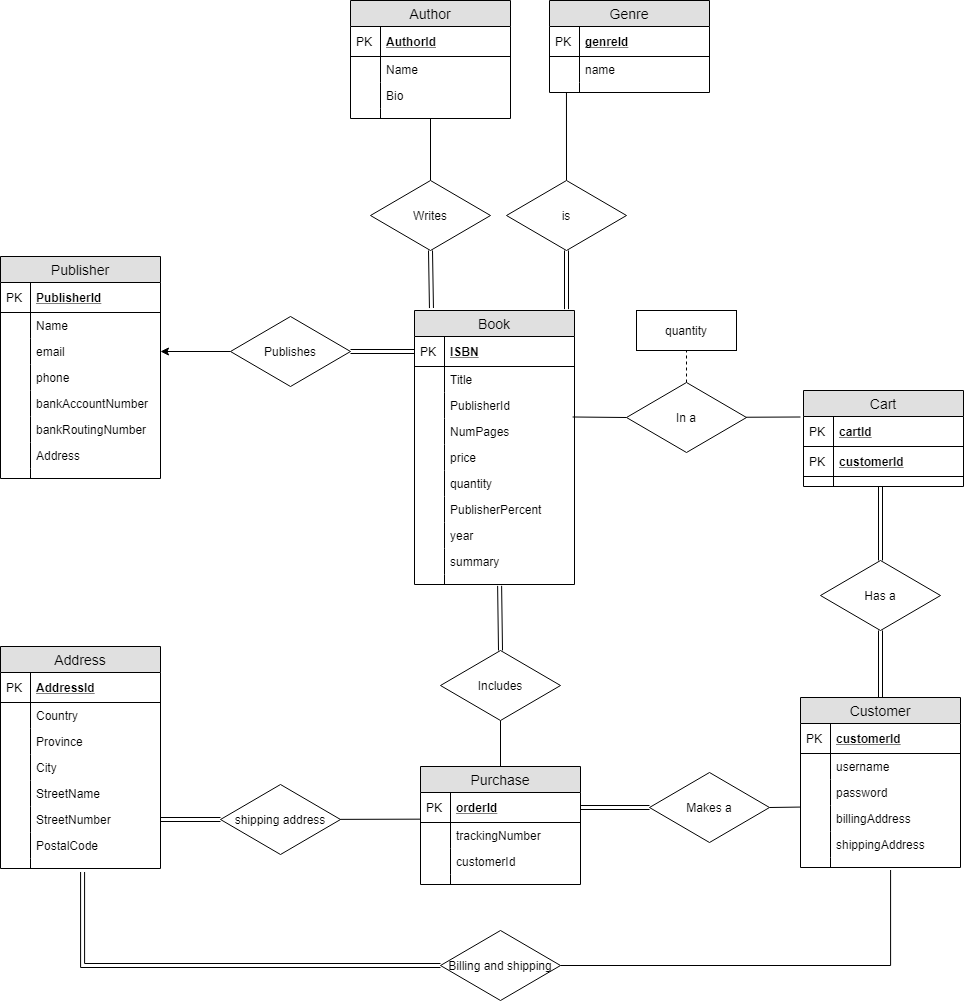
The draw.io diagram Diagrams/ER.png in shaejsp/3005Project, before a commit. Source tidied: cells renumbered, new cells last; positions are measured from the earlier drawing's top-left corner, leaving out a move shared by most shapes.
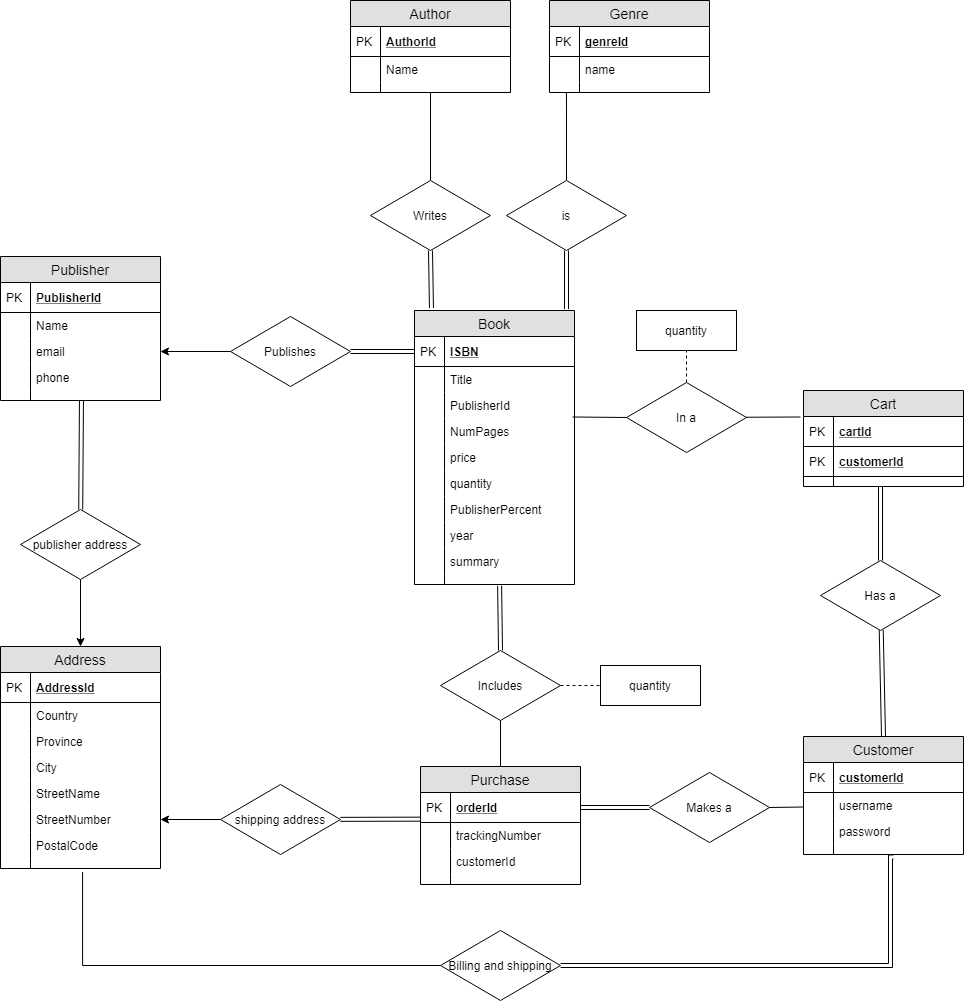
The same file after the commit.

Commit message:
got started on report, changed ER diagram

Diff of the diagram source:
```diff
@@ -36,7 +36,7 @@
       <mxGeometry relative="1" as="geometry" />
     </mxCell>
     <mxCell id="13" value="Author" style="swimlane;fontStyle=0;horizontal=1;startSize=26;fillColor=#e0e0e0;swimlaneFillColor=#ffffff;align=center;fontSize=14;" parent="1" vertex="1">
-      <mxGeometry x="350" width="160" height="118" as="geometry" />
+      <mxGeometry x="350" width="160" height="92" as="geometry" />
     </mxCell>
     <mxCell id="14" value="AuthorId" style="shape=partialRectangle;top=0;left=0;right=0;bottom=1;align=left;verticalAlign=middle;fillColor=none;spacingLeft=34;spacingRight=4;overflow=hidden;fontStyle=5;fontSize=12;" parent="13" vertex="1">
       <mxGeometry y="26" width="160" height="30" as="geometry" />
@@ -50,14 +50,8 @@
     <mxCell id="17" style="shape=partialRectangle;top=0;left=0;bottom=0;fillColor=none;align=left;verticalAlign=top;spacingLeft=4;spacingRight=4;overflow=hidden;fontSize=12;" parent="16" vertex="1">
       <mxGeometry width="30" height="26" as="geometry" />
     </mxCell>
-    <mxCell id="18" value="Bio" style="shape=partialRectangle;top=0;left=0;right=0;bottom=0;align=left;verticalAlign=top;fillColor=none;spacingLeft=34;spacingRight=4;overflow=hidden;fontSize=12;" parent="13" vertex="1">
-      <mxGeometry y="82" width="160" height="26" as="geometry" />
-    </mxCell>
-    <mxCell id="19" style="shape=partialRectangle;top=0;left=0;bottom=0;fillColor=none;align=left;verticalAlign=top;spacingLeft=4;spacingRight=4;overflow=hidden;fontSize=12;" parent="18" vertex="1">
-      <mxGeometry width="30" height="26" as="geometry" />
-    </mxCell>
     <mxCell id="20" style="shape=partialRectangle;top=0;left=0;right=0;bottom=0;align=left;verticalAlign=top;fillColor=none;spacingLeft=34;spacingRight=4;overflow=hidden;fontSize=12;" parent="13" vertex="1">
-      <mxGeometry y="108" width="160" height="10" as="geometry" />
+      <mxGeometry y="82" width="160" height="10" as="geometry" />
     </mxCell>
     <mxCell id="21" style="shape=partialRectangle;top=0;left=0;bottom=0;fillColor=none;align=left;verticalAlign=top;spacingLeft=4;spacingRight=4;overflow=hidden;fontSize=12;" parent="20" vertex="1">
       <mxGeometry width="30" height="10" as="geometry" />
@@ -83,6 +77,9 @@
     <mxCell id="28" style="shape=partialRectangle;top=0;left=0;bottom=0;fillColor=none;align=left;verticalAlign=top;spacingLeft=4;spacingRight=4;overflow=hidden;fontSize=12;" parent="27" vertex="1">
       <mxGeometry width="30" height="10" as="geometry" />
     </mxCell>
+    <mxCell id="131" style="edgeStyle=none;rounded=0;jettySize=auto;html=1;exitX=1;exitY=0.5;exitDx=0;exitDy=0;entryX=0;entryY=0.5;entryDx=0;entryDy=0;startArrow=none;startFill=0;endArrow=none;endFill=0;dashed=1;" parent="1" edge="1" source="29" target="135">
+      <mxGeometry relative="1" as="geometry" />
+    </mxCell>
     <mxCell id="29" value="Includes" style="rhombus;whiteSpace=wrap;html=1;" parent="1" vertex="1">
       <mxGeometry x="440" y="650" width="120" height="70" as="geometry" />
     </mxCell>
@@ -203,29 +200,31 @@
     <mxCell id="68" style="rounded=0;jettySize=auto;html=1;entryX=1;entryY=0.5;entryDx=0;entryDy=0;startArrow=none;startFill=0;endArrow=classic;endFill=1;shape=link;" parent="1" edge="1" source="70" target="108">
       <mxGeometry relative="1" as="geometry" />
     </mxCell>
-    <mxCell id="69" style="edgeStyle=none;rounded=0;jettySize=auto;html=1;exitX=1;exitY=0.5;exitDx=0;exitDy=0;entryX=0.025;entryY=0.058;entryDx=0;entryDy=0;entryPerimeter=0;startArrow=none;startFill=0;endArrow=none;endFill=0;" parent="1" edge="1" source="70" target="101">
-      <mxGeometry relative="1" as="geometry" />
+    <mxCell id="69" style="edgeStyle=none;rounded=0;jettySize=auto;html=1;exitX=1;exitY=0.5;exitDx=0;exitDy=0;entryX=0.025;entryY=0.058;entryDx=0;entryDy=0;entryPerimeter=0;startArrow=none;startFill=0;endArrow=none;endFill=0;" parent="1" edge="1" source="70">
+      <mxGeometry relative="1" as="geometry">
+        <mxPoint x="804" y="806.5" as="targetPoint" />
+      </mxGeometry>
     </mxCell>
     <mxCell id="70" value="Makes a" style="rhombus;whiteSpace=wrap;html=1;" parent="1" vertex="1">
       <mxGeometry x="649" y="772" width="120" height="70" as="geometry" />
     </mxCell>
-    <mxCell id="71" style="rounded=0;jettySize=auto;html=1;entryX=0.004;entryY=0.889;entryDx=0;entryDy=0;entryPerimeter=0;endArrow=none;endFill=0;" parent="1" edge="1" source="73" target="108">
+    <mxCell id="71" style="rounded=0;jettySize=auto;html=1;entryX=0.004;entryY=0.889;entryDx=0;entryDy=0;entryPerimeter=0;endArrow=none;endFill=0;shape=link;" parent="1" edge="1" source="73" target="108">
       <mxGeometry relative="1" as="geometry" />
     </mxCell>
-    <mxCell id="72" style="rounded=0;jettySize=auto;html=1;startArrow=none;startFill=0;endArrow=classic;endFill=1;shape=link;entryX=1;entryY=0.5;entryDx=0;entryDy=0;" parent="1" edge="1" source="73" target="62">
+    <mxCell id="72" style="rounded=0;jettySize=auto;html=1;startArrow=none;startFill=0;endArrow=classic;endFill=1;entryX=1;entryY=0.5;entryDx=0;entryDy=0;" parent="1" edge="1" source="73" target="62">
       <mxGeometry relative="1" as="geometry" />
     </mxCell>
     <mxCell id="73" value="shipping address" style="rhombus;whiteSpace=wrap;html=1;" parent="1" vertex="1">
       <mxGeometry x="220" y="784" width="120" height="70" as="geometry" />
     </mxCell>
-    <mxCell id="74" style="edgeStyle=orthogonalEdgeStyle;rounded=0;jettySize=auto;html=1;entryX=0.563;entryY=1.25;entryDx=0;entryDy=0;entryPerimeter=0;startArrow=none;startFill=0;endArrow=none;endFill=0;" parent="1" edge="1" source="76" target="105">
+    <mxCell id="74" style="edgeStyle=orthogonalEdgeStyle;rounded=0;jettySize=auto;html=1;entryX=0.563;entryY=1.25;entryDx=0;entryDy=0;entryPerimeter=0;startArrow=none;startFill=0;endArrow=none;endFill=0;shape=link;" parent="1" edge="1" source="76" target="105">
       <mxGeometry relative="1" as="geometry">
         <Array as="points">
           <mxPoint x="890" y="965" />
         </Array>
       </mxGeometry>
     </mxCell>
-    <mxCell id="75" style="edgeStyle=orthogonalEdgeStyle;rounded=0;jettySize=auto;html=1;entryX=0.513;entryY=1.35;entryDx=0;entryDy=0;entryPerimeter=0;startArrow=none;startFill=0;endArrow=none;endFill=0;shape=link;" parent="1" edge="1" source="76" target="66">
+    <mxCell id="75" style="edgeStyle=orthogonalEdgeStyle;rounded=0;jettySize=auto;html=1;entryX=0.513;entryY=1.35;entryDx=0;entryDy=0;entryPerimeter=0;startArrow=none;startFill=0;endArrow=none;endFill=0;" parent="1" edge="1" source="76" target="66">
       <mxGeometry relative="1" as="geometry">
         <Array as="points">
           <mxPoint x="82" y="965" />
@@ -236,7 +235,7 @@
       <mxGeometry x="440" y="930" width="120" height="70" as="geometry" />
     </mxCell>
     <mxCell id="77" value="Publisher" style="swimlane;fontStyle=0;horizontal=1;startSize=26;fillColor=#e0e0e0;swimlaneFillColor=#ffffff;align=center;fontSize=14;" parent="1" vertex="1">
-      <mxGeometry y="256" width="160" height="222" as="geometry" />
+      <mxGeometry y="256" width="160" height="144" as="geometry" />
     </mxCell>
     <mxCell id="78" value="PublisherId" style="shape=partialRectangle;top=0;left=0;right=0;bottom=1;align=left;verticalAlign=middle;fillColor=none;spacingLeft=34;spacingRight=4;overflow=hidden;fontStyle=5;fontSize=12;" parent="77" vertex="1">
       <mxGeometry y="26" width="160" height="30" as="geometry" />
@@ -262,69 +261,12 @@
     <mxCell id="85" style="shape=partialRectangle;top=0;left=0;bottom=0;fillColor=none;align=left;verticalAlign=top;spacingLeft=4;spacingRight=4;overflow=hidden;fontSize=12;" parent="84" vertex="1">
       <mxGeometry width="30" height="26" as="geometry" />
     </mxCell>
-    <mxCell id="86" value="bankAccountNumber" style="shape=partialRectangle;top=0;left=0;right=0;bottom=0;align=left;verticalAlign=top;fillColor=none;spacingLeft=34;spacingRight=4;overflow=hidden;fontSize=12;" parent="77" vertex="1">
-      <mxGeometry y="134" width="160" height="26" as="geometry" />
-    </mxCell>
-    <mxCell id="87" style="shape=partialRectangle;top=0;left=0;bottom=0;fillColor=none;align=left;verticalAlign=top;spacingLeft=4;spacingRight=4;overflow=hidden;fontSize=12;" parent="86" vertex="1">
-      <mxGeometry width="30" height="26" as="geometry" />
-    </mxCell>
-    <mxCell id="88" value="bankRoutingNumber" style="shape=partialRectangle;top=0;left=0;right=0;bottom=0;align=left;verticalAlign=top;fillColor=none;spacingLeft=34;spacingRight=4;overflow=hidden;fontSize=12;" parent="77" vertex="1">
-      <mxGeometry y="160" width="160" height="26" as="geometry" />
-    </mxCell>
-    <mxCell id="89" style="shape=partialRectangle;top=0;left=0;bottom=0;fillColor=none;align=left;verticalAlign=top;spacingLeft=4;spacingRight=4;overflow=hidden;fontSize=12;" parent="88" vertex="1">
-      <mxGeometry width="30" height="26" as="geometry" />
-    </mxCell>
-    <mxCell id="90" value="Address" style="shape=partialRectangle;top=0;left=0;right=0;bottom=0;align=left;verticalAlign=top;fillColor=none;spacingLeft=34;spacingRight=4;overflow=hidden;fontSize=12;" parent="77" vertex="1">
-      <mxGeometry y="186" width="160" height="26" as="geometry" />
-    </mxCell>
-    <mxCell id="91" style="shape=partialRectangle;top=0;left=0;bottom=0;fillColor=none;align=left;verticalAlign=top;spacingLeft=4;spacingRight=4;overflow=hidden;fontSize=12;" parent="90" vertex="1">
-      <mxGeometry width="30" height="26" as="geometry" />
-    </mxCell>
     <mxCell id="92" style="shape=partialRectangle;top=0;left=0;right=0;bottom=0;align=left;verticalAlign=top;fillColor=none;spacingLeft=34;spacingRight=4;overflow=hidden;points=[[0,0.5],[1,0.5]];portConstraint=eastwest;fontSize=12;" parent="77" vertex="1">
-      <mxGeometry y="212" width="160" height="10" as="geometry" />
+      <mxGeometry y="134" width="160" height="10" as="geometry" />
     </mxCell>
     <mxCell id="93" style="shape=partialRectangle;top=0;left=0;bottom=0;fillColor=none;align=left;verticalAlign=top;spacingLeft=4;spacingRight=4;overflow=hidden;fontSize=12;" parent="92" vertex="1">
       <mxGeometry width="30" height="10" as="geometry" />
     </mxCell>
-    <mxCell id="94" value="Customer" style="swimlane;fontStyle=0;horizontal=1;startSize=26;fillColor=#e0e0e0;swimlaneFillColor=#ffffff;align=center;fontSize=14;" parent="1" vertex="1">
-      <mxGeometry x="800" y="697" width="160" height="170" as="geometry" />
-    </mxCell>
-    <mxCell id="95" value="customerId" style="shape=partialRectangle;top=0;left=0;right=0;bottom=1;align=left;verticalAlign=middle;fillColor=none;spacingLeft=34;spacingRight=4;overflow=hidden;fontStyle=5;fontSize=12;" parent="94" vertex="1">
-      <mxGeometry y="26" width="160" height="30" as="geometry" />
-    </mxCell>
-    <mxCell id="96" value="PK" style="shape=partialRectangle;top=0;left=0;bottom=0;fillColor=none;align=left;verticalAlign=middle;spacingLeft=4;spacingRight=4;overflow=hidden;fontSize=12;" parent="95" vertex="1">
-      <mxGeometry width="30" height="30" as="geometry" />
-    </mxCell>
-    <mxCell id="97" value="username" style="shape=partialRectangle;top=0;left=0;right=0;bottom=0;align=left;verticalAlign=top;fillColor=none;spacingLeft=34;spacingRight=4;overflow=hidden;fontSize=12;" parent="94" vertex="1">
-      <mxGeometry y="56" width="160" height="26" as="geometry" />
-    </mxCell>
-    <mxCell id="98" style="shape=partialRectangle;top=0;left=0;bottom=0;fillColor=none;align=left;verticalAlign=top;spacingLeft=4;spacingRight=4;overflow=hidden;fontSize=12;" parent="97" vertex="1">
-      <mxGeometry width="30" height="26" as="geometry" />
-    </mxCell>
-    <mxCell id="99" value="password" style="shape=partialRectangle;top=0;left=0;right=0;bottom=0;align=left;verticalAlign=top;fillColor=none;spacingLeft=34;spacingRight=4;overflow=hidden;fontSize=12;" parent="94" vertex="1">
-      <mxGeometry y="82" width="160" height="26" as="geometry" />
-    </mxCell>
-    <mxCell id="100" style="shape=partialRectangle;top=0;left=0;bottom=0;fillColor=none;align=left;verticalAlign=top;spacingLeft=4;spacingRight=4;overflow=hidden;fontSize=12;" parent="99" vertex="1">
-      <mxGeometry width="30" height="26" as="geometry" />
-    </mxCell>
-    <mxCell id="101" value="billingAddress" style="shape=partialRectangle;top=0;left=0;right=0;bottom=0;align=left;verticalAlign=top;fillColor=none;spacingLeft=34;spacingRight=4;overflow=hidden;points=[[0,0.5],[1,0.5]];portConstraint=eastwest;fontSize=12;" parent="94" vertex="1">
-      <mxGeometry y="108" width="160" height="26" as="geometry" />
-    </mxCell>
-    <mxCell id="102" style="shape=partialRectangle;top=0;left=0;bottom=0;fillColor=none;align=left;verticalAlign=top;spacingLeft=4;spacingRight=4;overflow=hidden;fontSize=12;" parent="101" vertex="1">
-      <mxGeometry width="30" height="26" as="geometry" />
-    </mxCell>
-    <mxCell id="103" value="shippingAddress" style="shape=partialRectangle;top=0;left=0;right=0;bottom=0;align=left;verticalAlign=top;fillColor=none;spacingLeft=34;spacingRight=4;overflow=hidden;fontSize=12;" parent="94" vertex="1">
-      <mxGeometry y="134" width="160" height="26" as="geometry" />
-    </mxCell>
-    <mxCell id="104" style="shape=partialRectangle;top=0;left=0;bottom=0;fillColor=none;align=left;verticalAlign=top;spacingLeft=4;spacingRight=4;overflow=hidden;fontSize=12;" parent="103" vertex="1">
-      <mxGeometry width="30" height="26" as="geometry" />
-    </mxCell>
-    <mxCell id="105" style="shape=partialRectangle;top=0;left=0;right=0;bottom=0;align=left;verticalAlign=top;fillColor=none;spacingLeft=34;spacingRight=4;overflow=hidden;points=[[0,0.5],[1,0.5]];portConstraint=eastwest;fontSize=12;" parent="94" vertex="1">
-      <mxGeometry y="160" width="160" height="10" as="geometry" />
-    </mxCell>
-    <mxCell id="106" style="shape=partialRectangle;top=0;left=0;bottom=0;fillColor=none;align=left;verticalAlign=top;spacingLeft=4;spacingRight=4;overflow=hidden;fontSize=12;" parent="105" vertex="1">
-      <mxGeometry width="30" height="10" as="geometry" />
-    </mxCell>
     <mxCell id="107" value="Purchase" style="swimlane;fontStyle=0;horizontal=1;startSize=26;fillColor=#e0e0e0;swimlaneFillColor=#ffffff;align=center;fontSize=14;" parent="1" vertex="1">
       <mxGeometry x="420" y="766" width="160" height="118" as="geometry" />
     </mxCell>
@@ -401,5 +343,44 @@
     <mxCell id="130" value="quantity" style="whiteSpace=wrap;html=1;align=center;" parent="1" vertex="1">
       <mxGeometry x="636" y="310" width="100" height="40" as="geometry" />
     </mxCell>
+    <mxCell id="132" style="edgeStyle=none;rounded=0;jettySize=auto;html=1;entryX=0.506;entryY=1.05;entryDx=0;entryDy=0;entryPerimeter=0;startArrow=none;startFill=0;endArrow=none;endFill=0;shape=link;" parent="1" edge="1" source="134" target="92">
+      <mxGeometry relative="1" as="geometry" />
+    </mxCell>
+    <mxCell id="133" style="edgeStyle=none;rounded=0;jettySize=auto;html=1;entryX=0.5;entryY=0;entryDx=0;entryDy=0;startArrow=none;startFill=0;endArrow=classic;endFill=1;" parent="1" edge="1" source="134" target="51">
+      <mxGeometry relative="1" as="geometry" />
+    </mxCell>
+    <mxCell id="134" value="publisher address" style="rhombus;whiteSpace=wrap;html=1;" parent="1" vertex="1">
+      <mxGeometry x="20" y="509" width="120" height="70" as="geometry" />
+    </mxCell>
+    <mxCell id="94" value="Customer" style="swimlane;fontStyle=0;horizontal=1;startSize=26;fillColor=#e0e0e0;swimlaneFillColor=#ffffff;align=center;fontSize=14;" parent="1" vertex="1">
+      <mxGeometry x="803" y="736" width="160" height="118" as="geometry" />
+    </mxCell>
+    <mxCell id="95" value="customerId" style="shape=partialRectangle;top=0;left=0;right=0;bottom=1;align=left;verticalAlign=middle;fillColor=none;spacingLeft=34;spacingRight=4;overflow=hidden;fontStyle=5;fontSize=12;" parent="94" vertex="1">
+      <mxGeometry y="26" width="160" height="30" as="geometry" />
+    </mxCell>
+    <mxCell id="96" value="PK" style="shape=partialRectangle;top=0;left=0;bottom=0;fillColor=none;align=left;verticalAlign=middle;spacingLeft=4;spacingRight=4;overflow=hidden;fontSize=12;" parent="95" vertex="1">
+      <mxGeometry width="30" height="30" as="geometry" />
+    </mxCell>
+    <mxCell id="97" value="username" style="shape=partialRectangle;top=0;left=0;right=0;bottom=0;align=left;verticalAlign=top;fillColor=none;spacingLeft=34;spacingRight=4;overflow=hidden;fontSize=12;" parent="94" vertex="1">
+      <mxGeometry y="56" width="160" height="26" as="geometry" />
+    </mxCell>
+    <mxCell id="98" style="shape=partialRectangle;top=0;left=0;bottom=0;fillColor=none;align=left;verticalAlign=top;spacingLeft=4;spacingRight=4;overflow=hidden;fontSize=12;" parent="97" vertex="1">
+      <mxGeometry width="30" height="26" as="geometry" />
+    </mxCell>
+    <mxCell id="99" value="password" style="shape=partialRectangle;top=0;left=0;right=0;bottom=0;align=left;verticalAlign=top;fillColor=none;spacingLeft=34;spacingRight=4;overflow=hidden;fontSize=12;" parent="94" vertex="1">
+      <mxGeometry y="82" width="160" height="26" as="geometry" />
+    </mxCell>
+    <mxCell id="100" style="shape=partialRectangle;top=0;left=0;bottom=0;fillColor=none;align=left;verticalAlign=top;spacingLeft=4;spacingRight=4;overflow=hidden;fontSize=12;" parent="99" vertex="1">
+      <mxGeometry width="30" height="26" as="geometry" />
+    </mxCell>
+    <mxCell id="105" style="shape=partialRectangle;top=0;left=0;right=0;bottom=0;align=left;verticalAlign=top;fillColor=none;spacingLeft=34;spacingRight=4;overflow=hidden;points=[[0,0.5],[1,0.5]];portConstraint=eastwest;fontSize=12;" parent="94" vertex="1">
+      <mxGeometry y="108" width="160" height="10" as="geometry" />
+    </mxCell>
+    <mxCell id="106" style="shape=partialRectangle;top=0;left=0;bottom=0;fillColor=none;align=left;verticalAlign=top;spacingLeft=4;spacingRight=4;overflow=hidden;fontSize=12;" parent="105" vertex="1">
+      <mxGeometry width="30" height="10" as="geometry" />
+    </mxCell>
+    <mxCell id="135" value="quantity" style="whiteSpace=wrap;html=1;align=center;" parent="1" vertex="1">
+      <mxGeometry x="600" y="665" width="100" height="40" as="geometry" />
+    </mxCell>
   </root>
 </mxGraphModel>
```
